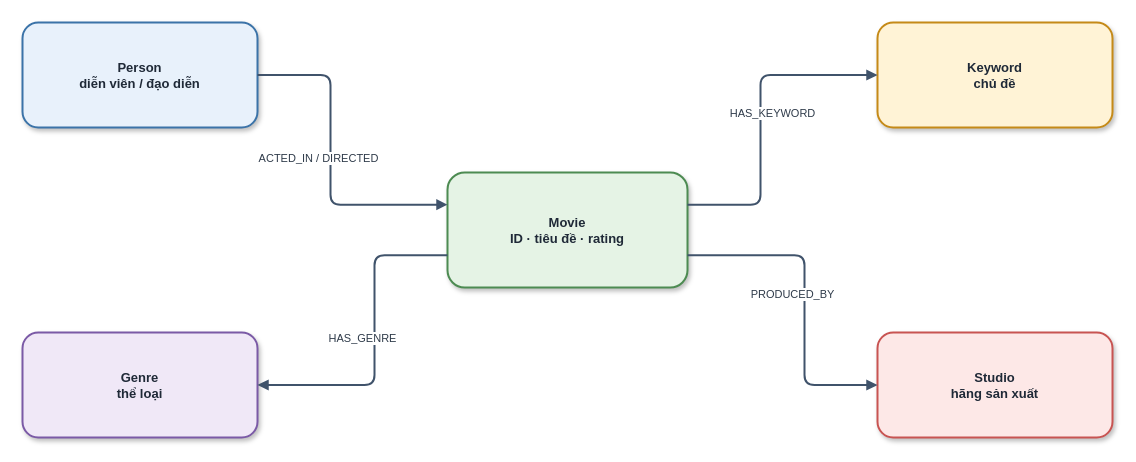
Earlier version of the draw.io diagram report_latex/images/sources/movie_kg_overview.drawio (khanhhk/advanced_database). Source tidied: cells renumbered, new cells numbered last; positions are measured from the earlier drawing's top-left corner, leaving out a move shared by most shapes. Both pictures are drawn from the tidied source at 100%, with x=0, y=0 at pixel (22, 22).
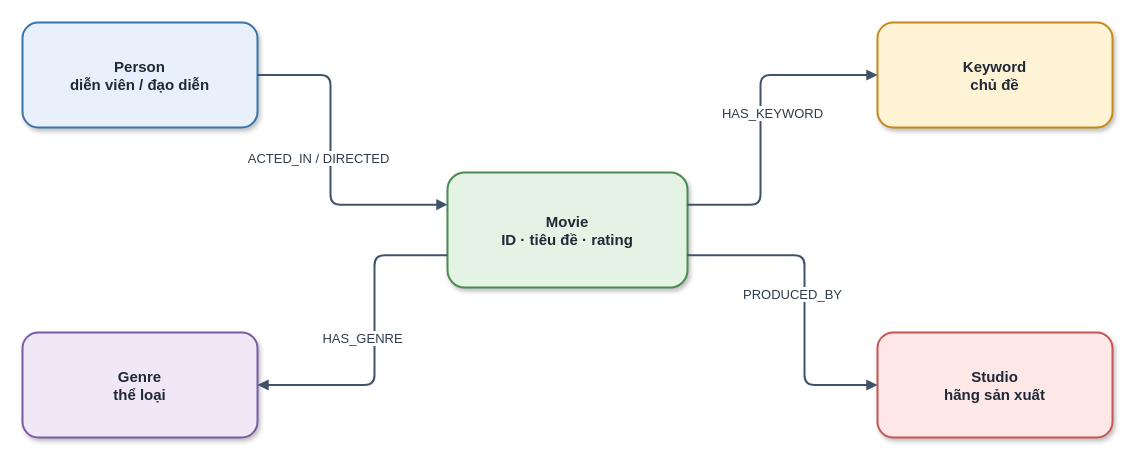
The same page after the edit.

The edit, as a diff of the source:
```diff
@@
 <mxGraphModel>
   <root>
     <mxCell id="0" />
     <mxCell id="1" parent="0" />
-    <mxCell id="2" value="Movie&#10;ID · tiêu đề · rating" style="rounded=1;whiteSpace=wrap;html=1;fillColor=#E5F3E5;strokeColor=#4D8B52;strokeWidth=2;fontSize=13;fontColor=#1F2937;fontStyle=1;spacing=8;shadow=1;" parent="1" vertex="1">
+    <mxCell id="2" value="Movie&#10;ID · tiêu đề · rating" style="rounded=1;whiteSpace=wrap;html=1;fillColor=#E5F3E5;strokeColor=#4D8B52;strokeWidth=2;fontSize=15;fontColor=#1F2937;fontStyle=1;spacing=8;shadow=1;" parent="1" vertex="1">
       <mxGeometry x="425" y="150" width="240" height="115" as="geometry" />
     </mxCell>
-    <mxCell id="3" value="Person&#10;diễn viên / đạo diễn" style="rounded=1;whiteSpace=wrap;html=1;fillColor=#E8F1FB;strokeColor=#3B73A8;strokeWidth=2;fontSize=13;fontColor=#1F2937;fontStyle=1;spacing=8;shadow=1;" parent="1" vertex="1">
+    <mxCell id="3" value="Person&#10;diễn viên / đạo diễn" style="rounded=1;whiteSpace=wrap;html=1;fillColor=#E8F1FB;strokeColor=#3B73A8;strokeWidth=2;fontSize=15;fontColor=#1F2937;fontStyle=1;spacing=8;shadow=1;" parent="1" vertex="1">
       <mxGeometry width="235" height="105" as="geometry" />
     </mxCell>
-    <mxCell id="4" value="Genre&#10;thể loại" style="rounded=1;whiteSpace=wrap;html=1;fillColor=#F0E8F7;strokeColor=#7B5AA6;strokeWidth=2;fontSize=13;fontColor=#1F2937;fontStyle=1;spacing=8;shadow=1;" parent="1" vertex="1">
+    <mxCell id="4" value="Genre&#10;thể loại" style="rounded=1;whiteSpace=wrap;html=1;fillColor=#F0E8F7;strokeColor=#7B5AA6;strokeWidth=2;fontSize=15;fontColor=#1F2937;fontStyle=1;spacing=8;shadow=1;" parent="1" vertex="1">
       <mxGeometry y="310" width="235" height="105" as="geometry" />
     </mxCell>
-    <mxCell id="5" value="Keyword&#10;chủ đề" style="rounded=1;whiteSpace=wrap;html=1;fillColor=#FFF3D6;strokeColor=#C58A18;strokeWidth=2;fontSize=13;fontColor=#1F2937;fontStyle=1;spacing=8;shadow=1;" parent="1" vertex="1">
+    <mxCell id="5" value="Keyword&#10;chủ đề" style="rounded=1;whiteSpace=wrap;html=1;fillColor=#FFF3D6;strokeColor=#C58A18;strokeWidth=2;fontSize=15;fontColor=#1F2937;fontStyle=1;spacing=8;shadow=1;" parent="1" vertex="1">
       <mxGeometry x="855" width="235" height="105" as="geometry" />
     </mxCell>
-    <mxCell id="6" value="Studio&#10;hãng sản xuất" style="rounded=1;whiteSpace=wrap;html=1;fillColor=#FDE8E7;strokeColor=#C85452;strokeWidth=2;fontSize=13;fontColor=#1F2937;fontStyle=1;spacing=8;shadow=1;" parent="1" vertex="1">
+    <mxCell id="6" value="Studio&#10;hãng sản xuất" style="rounded=1;whiteSpace=wrap;html=1;fillColor=#FDE8E7;strokeColor=#C85452;strokeWidth=2;fontSize=15;fontColor=#1F2937;fontStyle=1;spacing=8;shadow=1;" parent="1" vertex="1">
       <mxGeometry x="855" y="310" width="235" height="105" as="geometry" />
     </mxCell>
-    <mxCell id="7" value="ACTED_IN / DIRECTED" style="edgeStyle=orthogonalEdgeStyle;rounded=1;jettySize=auto;html=1;endArrow=block;endFill=1;strokeColor=#40536B;strokeWidth=2;fontSize=11;fontColor=#2F3B4A;labelBackgroundColor=#FFFFFF;spacingBottom=8;exitX=1;exitY=0.5;exitDx=0;exitDy=0;entryX=0;entryY=0.28;entryDx=0;entryDy=0;" parent="1" edge="1" source="3" target="2">
+    <mxCell id="7" value="ACTED_IN / DIRECTED" style="edgeStyle=orthogonalEdgeStyle;rounded=1;jettySize=auto;html=1;endArrow=block;endFill=1;strokeColor=#40536B;strokeWidth=2;fontSize=13;fontColor=#2F3B4A;labelBackgroundColor=#FFFFFF;spacingBottom=8;exitX=1;exitY=0.5;exitDx=0;exitDy=0;entryX=0;entryY=0.28;entryDx=0;entryDy=0;" parent="1" edge="1" source="3" target="2">
       <mxGeometry y="-12" relative="1" as="geometry">
         <Array as="points">
           <mxPoint x="308" y="52" />
           <mxPoint x="308" y="182" />
         </Array>
       </mxGeometry>
     </mxCell>
-    <mxCell id="8" value="HAS_GENRE" style="edgeStyle=orthogonalEdgeStyle;rounded=1;jettySize=auto;html=1;endArrow=block;endFill=1;strokeColor=#40536B;strokeWidth=2;fontSize=11;fontColor=#2F3B4A;labelBackgroundColor=#FFFFFF;spacingBottom=8;exitX=0;exitY=0.72;exitDx=0;exitDy=0;entryX=1;entryY=0.5;entryDx=0;entryDy=0;" parent="1" edge="1" source="2" target="4">
+    <mxCell id="8" value="HAS_GENRE" style="edgeStyle=orthogonalEdgeStyle;rounded=1;jettySize=auto;html=1;endArrow=block;endFill=1;strokeColor=#40536B;strokeWidth=2;fontSize=13;fontColor=#2F3B4A;labelBackgroundColor=#FFFFFF;spacingBottom=8;exitX=0;exitY=0.72;exitDx=0;exitDy=0;entryX=1;entryY=0.5;entryDx=0;entryDy=0;" parent="1" edge="1" source="2" target="4">
       <mxGeometry y="-12" relative="1" as="geometry">
         <Array as="points">
           <mxPoint x="352" y="233" />
           <mxPoint x="352" y="362" />
         </Array>
       </mxGeometry>
     </mxCell>
-    <mxCell id="9" value="HAS_KEYWORD" style="edgeStyle=orthogonalEdgeStyle;rounded=1;jettySize=auto;html=1;endArrow=block;endFill=1;strokeColor=#40536B;strokeWidth=2;fontSize=11;fontColor=#2F3B4A;labelBackgroundColor=#FFFFFF;spacingBottom=8;exitX=1;exitY=0.28;exitDx=0;exitDy=0;entryX=0;entryY=0.5;entryDx=0;entryDy=0;" parent="1" edge="1" source="2" target="5">
+    <mxCell id="9" value="HAS_KEYWORD" style="edgeStyle=orthogonalEdgeStyle;rounded=1;jettySize=auto;html=1;endArrow=block;endFill=1;strokeColor=#40536B;strokeWidth=2;fontSize=13;fontColor=#2F3B4A;labelBackgroundColor=#FFFFFF;spacingBottom=8;exitX=1;exitY=0.28;exitDx=0;exitDy=0;entryX=0;entryY=0.5;entryDx=0;entryDy=0;" parent="1" edge="1" source="2" target="5">
       <mxGeometry y="-12" relative="1" as="geometry">
         <Array as="points">
           <mxPoint x="738" y="182" />
           <mxPoint x="738" y="52" />
         </Array>
       </mxGeometry>
     </mxCell>
-    <mxCell id="10" value="PRODUCED_BY" style="edgeStyle=orthogonalEdgeStyle;rounded=1;jettySize=auto;html=1;endArrow=block;endFill=1;strokeColor=#40536B;strokeWidth=2;fontSize=11;fontColor=#2F3B4A;labelBackgroundColor=#FFFFFF;spacingBottom=8;exitX=1;exitY=0.72;exitDx=0;exitDy=0;entryX=0;entryY=0.5;entryDx=0;entryDy=0;" parent="1" edge="1" source="2" target="6">
+    <mxCell id="10" value="PRODUCED_BY" style="edgeStyle=orthogonalEdgeStyle;rounded=1;jettySize=auto;html=1;endArrow=block;endFill=1;strokeColor=#40536B;strokeWidth=2;fontSize=13;fontColor=#2F3B4A;labelBackgroundColor=#FFFFFF;spacingBottom=8;exitX=1;exitY=0.72;exitDx=0;exitDy=0;entryX=0;entryY=0.5;entryDx=0;entryDy=0;" parent="1" edge="1" source="2" target="6">
       <mxGeometry y="-12" relative="1" as="geometry">
         <Array as="points">
           <mxPoint x="782" y="233" />
           <mxPoint x="782" y="362" />
         </Array>
       </mxGeometry>
     </mxCell>
   </root>
 </mxGraphModel>
```
